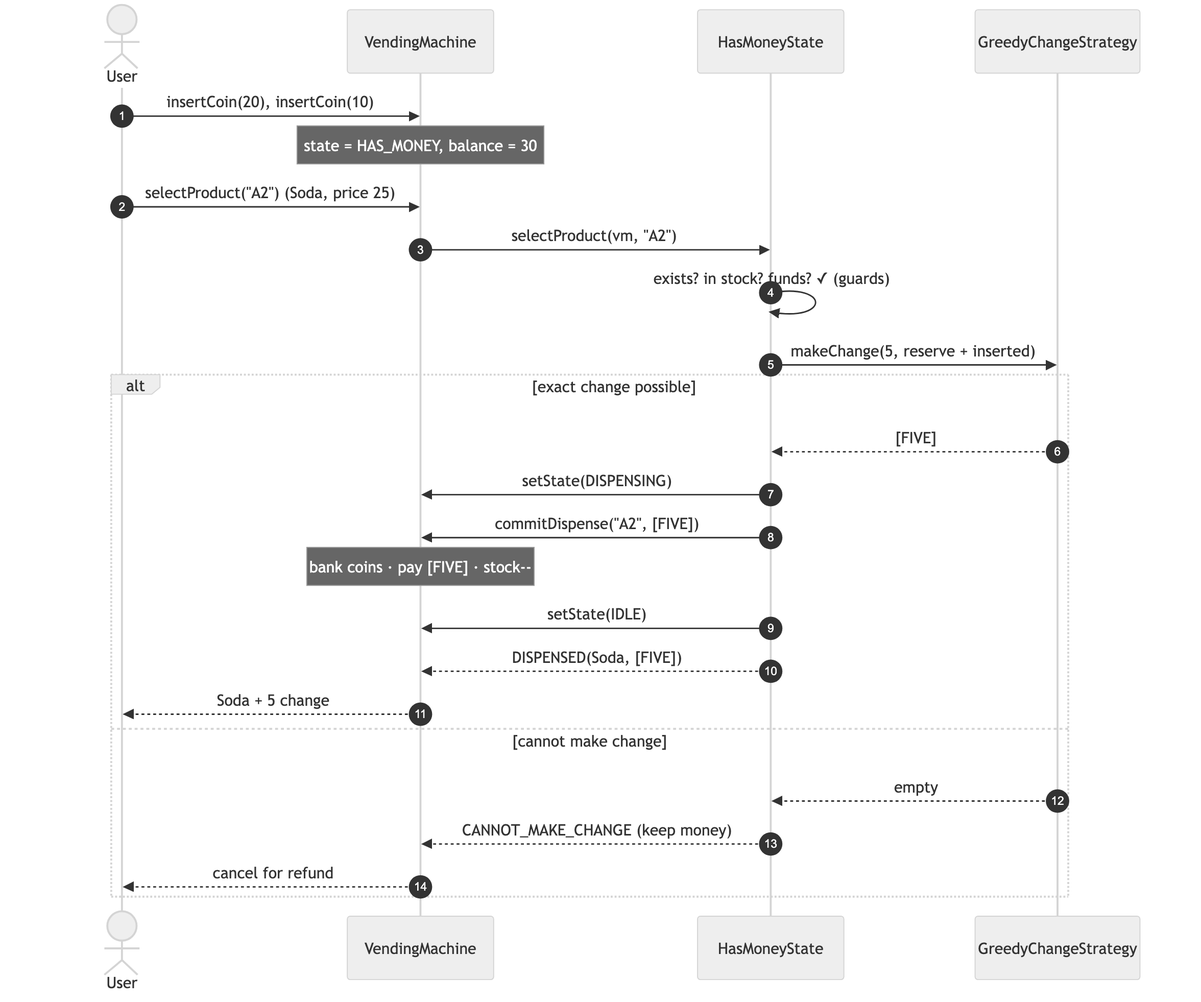
Earlier version of the Mermaid export src/MachineCoding_LLD/LLD_Interview_Problems/_02_Easy_VendingMachine/assets/purchase-sequence.png (AlvinBAnerjee/Interview_and_Competitive_Programming). Its source is kept beside it as src/MachineCoding_LLD/LLD_Interview_Problems/_02_Easy_VendingMachine/assets/purchase-sequence.mmd.
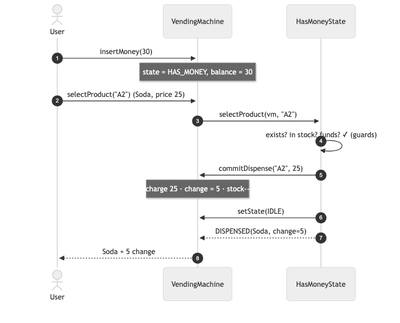
The same file after the commit.

The edit, as a diff of the source:
```diff
@@ -4,25 +4,15 @@
     actor User
     participant VM as VendingMachine
     participant HM as HasMoneyState
-    participant CS as GreedyChangeStrategy
 
-    User->>VM: insertCoin(20), insertCoin(10)
+    User->>VM: insertMoney(30)
     Note over VM: state = HAS_MONEY, balance = 30
 
     User->>VM: selectProduct("A2")  (Soda, price 25)
     VM->>HM: selectProduct(vm, "A2")
     HM->>HM: exists? in stock? funds? ✓ (guards)
-    HM->>CS: makeChange(5, reserve + inserted)
-    alt exact change possible
-        CS-->>HM: [FIVE]
-        HM->>VM: setState(DISPENSING)
-        HM->>VM: commitDispense("A2", [FIVE])
-        Note over VM: bank coins · pay [FIVE] · stock--
-        HM->>VM: setState(IDLE)
-        HM-->>VM: DISPENSED(Soda, [FIVE])
-        VM-->>User: Soda + 5 change
-    else cannot make change
-        CS-->>HM: empty
-        HM-->>VM: CANNOT_MAKE_CHANGE (keep money)
-        VM-->>User: cancel for refund
-    end
+    HM->>VM: commitDispense("A2", 25)
+    Note over VM: charge 25 · change = 5 · stock--
+    HM->>VM: setState(IDLE)
+    HM-->>VM: DISPENSED(Soda, change=5)
+    VM-->>User: Soda + 5 change
```
